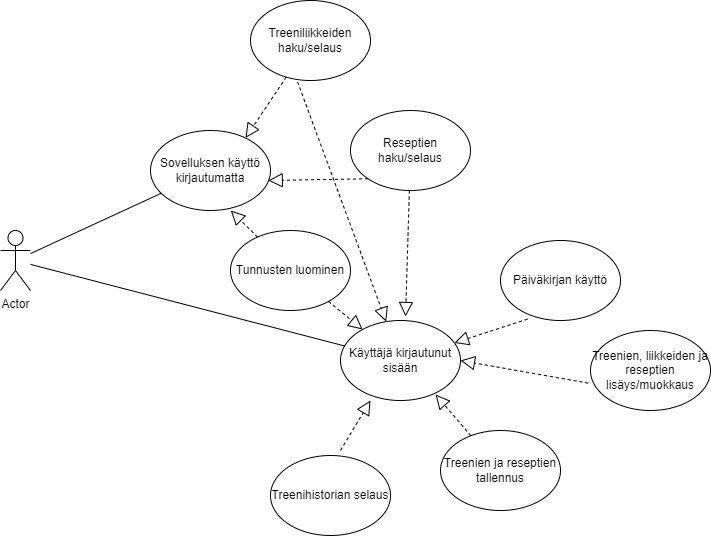
This is Käyttötapauskaavio.drawio.png from PinjaCare/Projektity-n-kaaviot, a draw.io export, as it was before one commit. Source tidied: cells renumbered, new cells last; positions are measured from the earlier drawing's top-left corner, leaving out a move shared by most shapes.
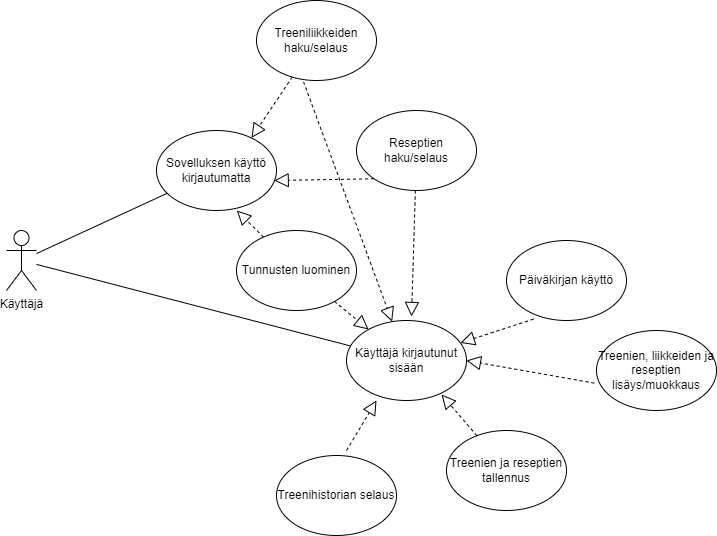
The same file after the commit.

The edit, as a diff of the source:
```diff
@@ -2,7 +2,7 @@
   <root>
     <mxCell id="0" />
     <mxCell id="1" parent="0" />
-    <mxCell id="2" value="Actor" style="shape=umlActor;verticalLabelPosition=bottom;verticalAlign=top;html=1;outlineConnect=0;" parent="1" vertex="1">
+    <mxCell id="2" value="Käyttäjä" style="shape=umlActor;verticalLabelPosition=bottom;verticalAlign=top;html=1;outlineConnect=0;" parent="1" vertex="1">
       <mxGeometry y="230" width="30" height="60" as="geometry" />
     </mxCell>
     <mxCell id="3" value="Käyttäjä kirjautunut sisään" style="ellipse;whiteSpace=wrap;html=1;" parent="1" vertex="1">
```
